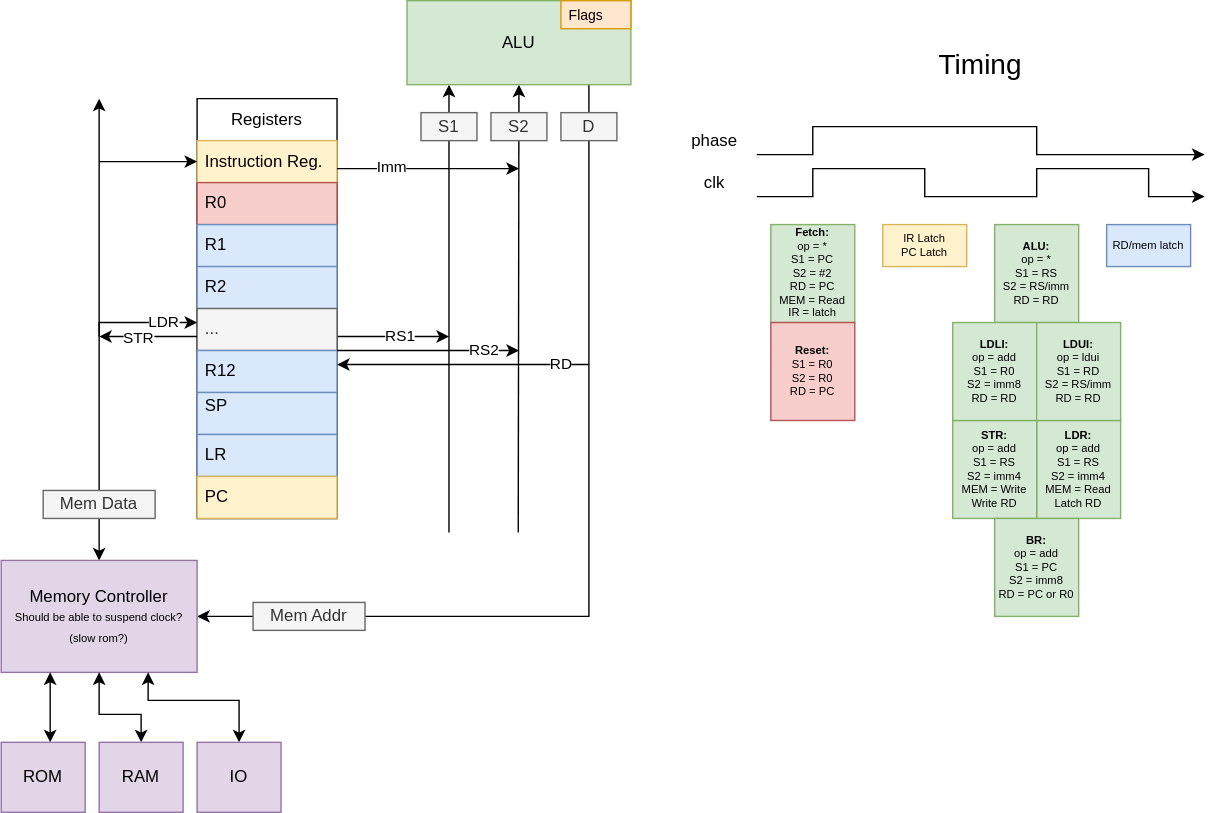
This is doc/CPU Architecture.drawio.svg from blueberrymuffin3/tiny16, a draw.io export, as it was before one commit. Source tidied: cells renumbered, new cells last; positions are measured from the earlier drawing's top-left corner, leaving out a move shared by most shapes.
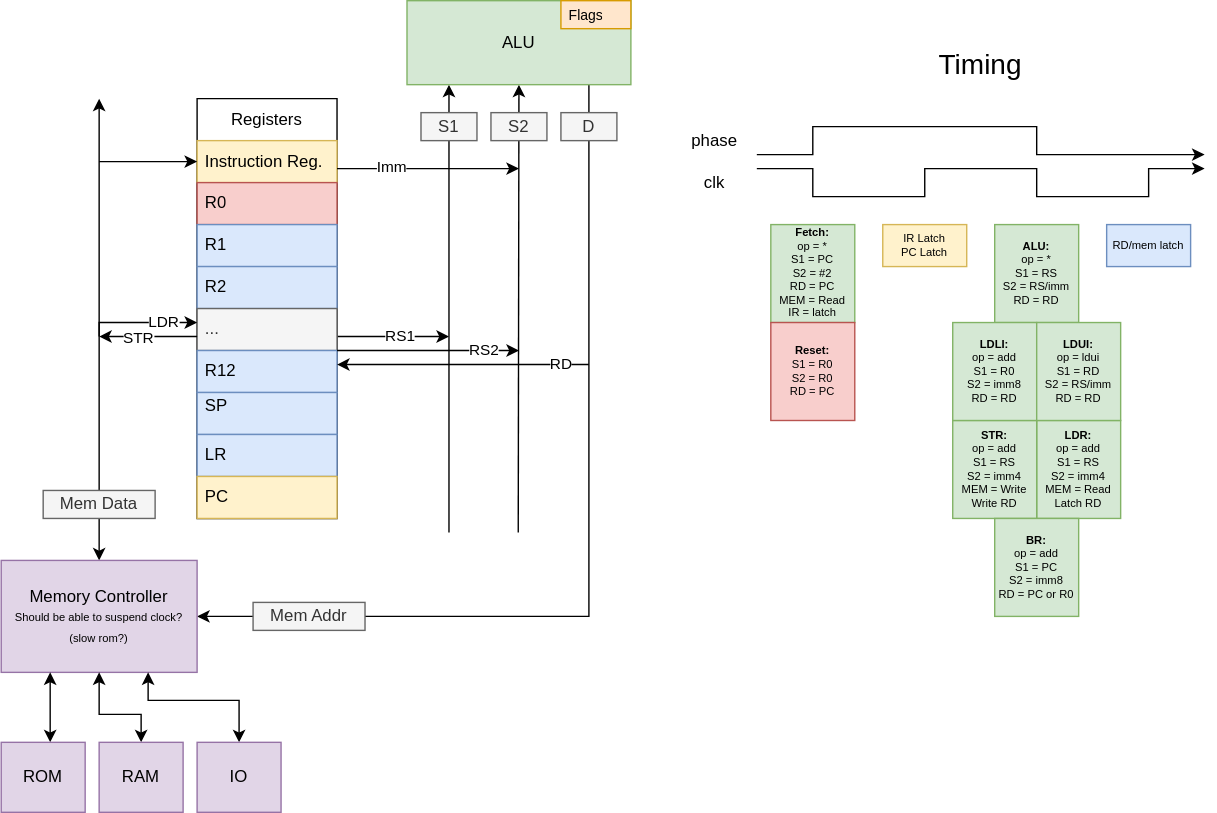
Later version of the same file.

What changed in the source:
```diff
@@ -164,19 +164,19 @@
     <mxCell id="35" value="Imm" style="edgeLabel;html=1;align=center;verticalAlign=middle;" parent="34" vertex="1">
       <mxGeometry x="-0.4" y="1" relative="1" as="geometry" />
     </mxCell>
-    <mxCell id="36" style="edgeStyle=orthogonalEdgeStyle;rounded=0;orthogonalLoop=1;jettySize=auto;html=1;" parent="1" edge="1">
+    <mxCell id="36" style="edgeStyle=orthogonalEdgeStyle;rounded=0;jettySize=auto;html=1;exitX=1;exitY=0;exitDx=0;exitDy=0;" parent="1" edge="1" source="52">
       <mxGeometry relative="1" as="geometry">
-        <mxPoint x="540" y="140" as="sourcePoint" />
-        <mxPoint x="860" y="140" as="targetPoint" />
+        <mxPoint x="860" y="120" as="targetPoint" />
         <Array as="points">
+          <mxPoint x="580" y="120" />
           <mxPoint x="580" y="140" />
-          <mxPoint x="580" y="120" />
+          <mxPoint x="660" y="140" />
           <mxPoint x="660" y="120" />
-          <mxPoint x="660" y="140" />
+          <mxPoint x="740" y="120" />
           <mxPoint x="740" y="140" />
-          <mxPoint x="740" y="120" />
+          <mxPoint x="820" y="140" />
           <mxPoint x="820" y="120" />
-          <mxPoint x="820" y="140" />
+          <mxPoint x="860" y="120" />
         </Array>
       </mxGeometry>
     </mxCell>
```
